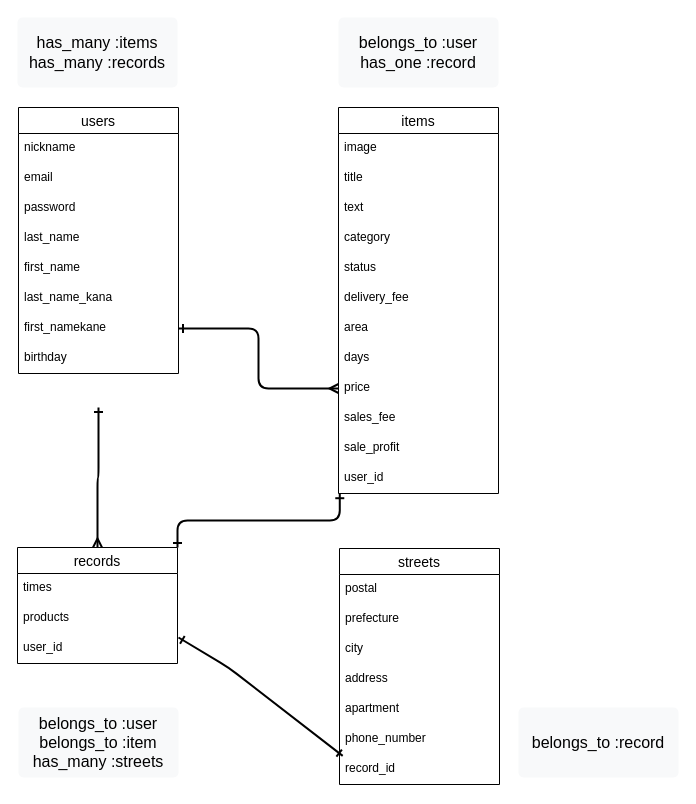
by-miwa/furima-31647 keeps this draw.io diagram as test.dio. Above is the earlier version. Source tidied: cells renumbered, new cells numbered last; positions are measured from the earlier drawing's top-left corner, leaving out a move shared by most shapes. Both pictures are drawn from the tidied source at 100%, with x=0, y=0 at pixel (17, 17).
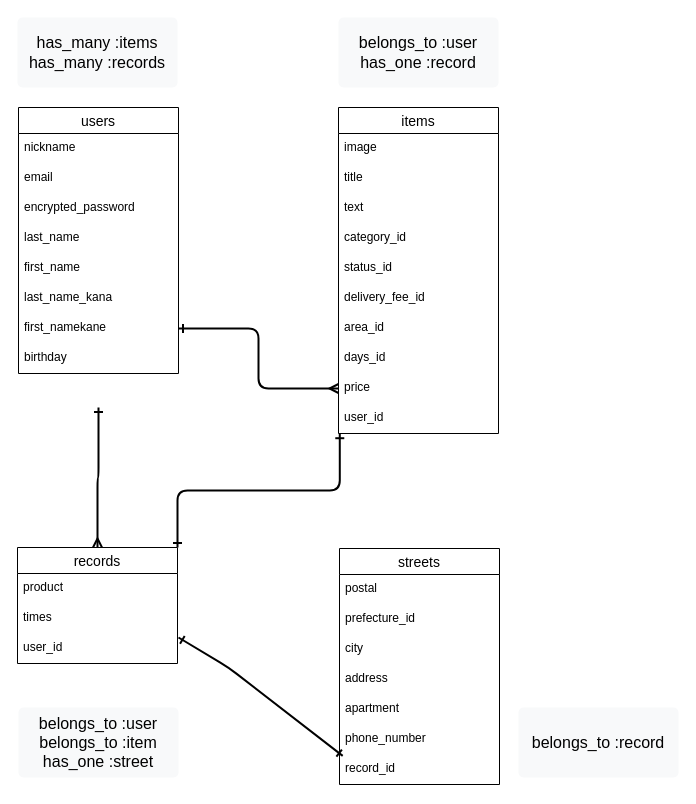
After the change.

Commit message (it also covers changes not shown here):
販売手数料と販売利益の削除／itemと外部キー制約

The change refers to these unchanged cells:
```xml
<mxCell id="5" value="records" style="swimlane;fontStyle=0;horizontal=1;startSize=26;align=center;fontSize=14;" parent="1" vertex="1">
  <mxGeometry y="530" width="160" height="116" as="geometry" />
</mxCell>
<mxCell id="9" value="users" style="swimlane;fontStyle=0;horizontal=1;startSize=26;align=center;fontSize=14;" parent="1" vertex="1">
  <mxGeometry x="1" y="90" width="160" height="266" as="geometry" />
</mxCell>
<mxCell id="31" value="streets" style="swimlane;fontStyle=0;horizontal=1;startSize=26;align=center;fontSize=14;" parent="1" vertex="1">
  <mxGeometry x="322" y="531" width="160" height="236" as="geometry" />
</mxCell>
```

Change to the diagram source:
```diff
@@
+    <mxCell id="7" value="product" style="text;strokeColor=none;fillColor=none;spacingLeft=4;spacingRight=4;overflow=hidden;fontSize=12;" parent="5" vertex="1">
+      <mxGeometry y="26" width="160" height="30" as="geometry" />
+    </mxCell>
     <mxCell id="6" value="times" style="text;strokeColor=none;fillColor=none;spacingLeft=4;spacingRight=4;overflow=hidden;fontSize=12;" parent="5" vertex="1">
-      <mxGeometry y="26" width="160" height="30" as="geometry" />
+      <mxGeometry y="56" width="160" height="30" as="geometry" />
     </mxCell>
-    <mxCell id="7" value="products" style="text;strokeColor=none;fillColor=none;spacingLeft=4;spacingRight=4;overflow=hidden;fontSize=12;" parent="5" vertex="1">
-      <mxGeometry y="56" width="160" height="30" as="geometry" />
-    </mxCell>
@@
-    <mxCell id="12" value="password &#10;&#10;" style="text;strokeColor=none;fillColor=none;spacingLeft=4;spacingRight=4;overflow=hidden;fontSize=12;" parent="9" vertex="1">
+    <mxCell id="12" value="encrypted_password &#10;&#10;" style="text;strokeColor=none;fillColor=none;spacingLeft=4;spacingRight=4;overflow=hidden;fontSize=12;" parent="9" vertex="1">
       <mxGeometry y="86" width="160" height="30" as="geometry" />
     </mxCell>
@@
     <mxCell id="18" value="items" style="swimlane;fontStyle=0;horizontal=1;startSize=26;align=center;fontSize=14;" parent="1" vertex="1">
-      <mxGeometry x="321" y="90" width="160" height="386" as="geometry" />
+      <mxGeometry x="321" y="90" width="160" height="326" as="geometry" />
     </mxCell>
@@
-    <mxCell id="22" value="category" style="text;strokeColor=none;fillColor=none;spacingLeft=4;spacingRight=4;overflow=hidden;fontSize=12;" parent="18" vertex="1">
+    <mxCell id="22" value="category_id" style="text;strokeColor=none;fillColor=none;spacingLeft=4;spacingRight=4;overflow=hidden;fontSize=12;" parent="18" vertex="1">
       <mxGeometry y="116" width="160" height="30" as="geometry" />
     </mxCell>
-    <mxCell id="23" value="status" style="text;strokeColor=none;fillColor=none;spacingLeft=4;spacingRight=4;overflow=hidden;fontSize=12;" parent="18" vertex="1">
+    <mxCell id="23" value="status_id" style="text;strokeColor=none;fillColor=none;spacingLeft=4;spacingRight=4;overflow=hidden;fontSize=12;" parent="18" vertex="1">
       <mxGeometry y="146" width="160" height="30" as="geometry" />
     </mxCell>
-    <mxCell id="24" value="delivery_fee" style="text;strokeColor=none;fillColor=none;spacingLeft=4;spacingRight=4;overflow=hidden;fontSize=12;" parent="18" vertex="1">
+    <mxCell id="24" value="delivery_fee_id" style="text;strokeColor=none;fillColor=none;spacingLeft=4;spacingRight=4;overflow=hidden;fontSize=12;" parent="18" vertex="1">
       <mxGeometry y="176" width="160" height="30" as="geometry" />
     </mxCell>
-    <mxCell id="25" value="area" style="text;strokeColor=none;fillColor=none;spacingLeft=4;spacingRight=4;overflow=hidden;fontSize=12;" parent="18" vertex="1">
+    <mxCell id="25" value="area_id" style="text;strokeColor=none;fillColor=none;spacingLeft=4;spacingRight=4;overflow=hidden;fontSize=12;" parent="18" vertex="1">
       <mxGeometry y="206" width="160" height="30" as="geometry" />
     </mxCell>
-    <mxCell id="26" value="days" style="text;strokeColor=none;fillColor=none;spacingLeft=4;spacingRight=4;overflow=hidden;fontSize=12;" parent="18" vertex="1">
+    <mxCell id="26" value="days_id" style="text;strokeColor=none;fillColor=none;spacingLeft=4;spacingRight=4;overflow=hidden;fontSize=12;" parent="18" vertex="1">
       <mxGeometry y="236" width="160" height="30" as="geometry" />
     </mxCell>
@@
-    <mxCell id="28" value="sales_fee" style="text;strokeColor=none;fillColor=none;spacingLeft=4;spacingRight=4;overflow=hidden;fontSize=12;" parent="18" vertex="1">
-      <mxGeometry y="296" width="160" height="30" as="geometry" />
-    </mxCell>
-    <mxCell id="29" value="sale_profit" style="text;strokeColor=none;fillColor=none;spacingLeft=4;spacingRight=4;overflow=hidden;fontSize=12;" parent="18" vertex="1">
-      <mxGeometry y="326" width="160" height="30" as="geometry" />
-    </mxCell>
     <mxCell id="30" value="user_id" style="text;strokeColor=none;fillColor=none;spacingLeft=4;spacingRight=4;overflow=hidden;points=[[0,0.5],[1,0.5]];portConstraint=eastwest;fontSize=12;" parent="18" vertex="1">
-      <mxGeometry y="356" width="160" height="30" as="geometry" />
+      <mxGeometry y="296" width="160" height="30" as="geometry" />
     </mxCell>
@@
-    <mxCell id="33" value="prefecture" style="text;strokeColor=none;fillColor=none;spacingLeft=4;spacingRight=4;overflow=hidden;fontSize=12;" parent="31" vertex="1">
+    <mxCell id="33" value="prefecture_id" style="text;strokeColor=none;fillColor=none;spacingLeft=4;spacingRight=4;overflow=hidden;fontSize=12;" parent="31" vertex="1">
       <mxGeometry y="56" width="160" height="30" as="geometry" />
     </mxCell>
@@
-    <mxCell id="41" value="belongs_to :user&lt;br&gt;belongs_to :item&lt;br&gt;has_many :streets" style="html=1;shadow=0;dashed=0;shape=mxgraph.bootstrap.rrect;rSize=5;strokeColor=none;strokeWidth=1;fillColor=#F8F9FA;fontColor=#000000;whiteSpace=wrap;align=center;verticalAlign=middle;spacingLeft=0;fontStyle=0;fontSize=16;spacing=5;rounded=0;sketch=0;" parent="1" vertex="1">
+    <mxCell id="41" value="belongs_to :user&lt;br&gt;belongs_to :item&lt;br&gt;has_one :street" style="html=1;shadow=0;dashed=0;shape=mxgraph.bootstrap.rrect;rSize=5;strokeColor=none;strokeWidth=1;fillColor=#F8F9FA;fontColor=#000000;whiteSpace=wrap;align=center;verticalAlign=middle;spacingLeft=0;fontStyle=0;fontSize=16;spacing=5;rounded=0;sketch=0;" parent="1" vertex="1">
       <mxGeometry x="1" y="690" width="160" height="70" as="geometry" />
     </mxCell>
```
